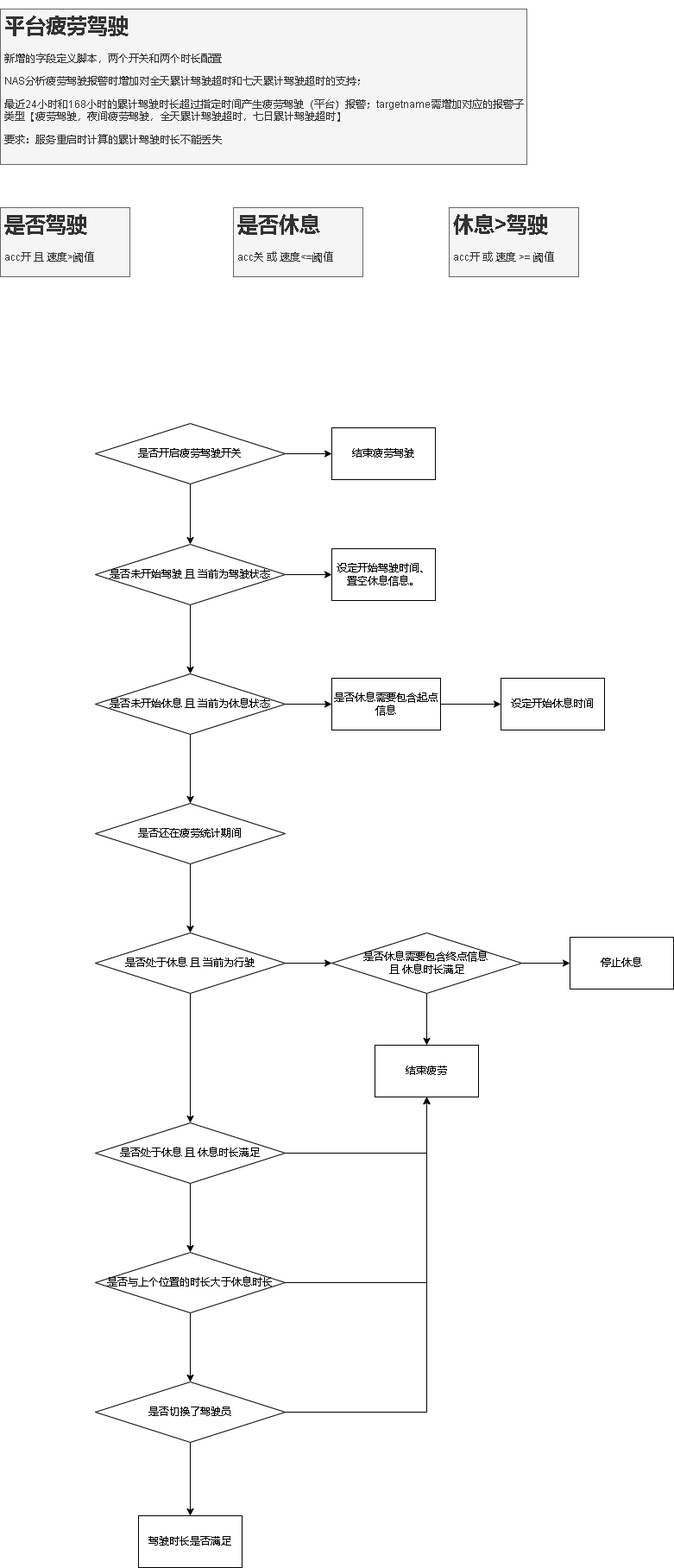
Before: 平台疲劳驾驶.drawio.png, a diagram exported from draw.io (xktder/draw). Source tidied: cells renumbered, new cells last; positions are measured from the earlier drawing's top-left corner, leaving out a move shared by most shapes. Its diagram source:
```xml
<mxGraphModel>
  <root>
    <mxCell id="0" />
    <mxCell id="1" parent="0" />
    <mxCell id="2" value="&lt;h1&gt;平台疲劳驾驶&lt;/h1&gt;&lt;p&gt;新增的字段定义脚本，两个开关和两个时长配置&lt;/p&gt;&lt;p&gt;NAS分析疲劳驾驶报警时增加对全天累计驾驶超时和七天累计驾驶超时的支持；&lt;/p&gt;&lt;p&gt;最近24小时和168小时的累计驾驶时长超过指定时间产生疲劳驾驶（平台）报警；targetname需增加对应的报警子类型【疲劳驾驶，夜间疲劳驾驶，全天累计驾驶超时，七日累计驾驶超时】&lt;/p&gt;&lt;p&gt;要求：服务重启时计算的累计驾驶时长不能丢失&lt;/p&gt;" style="text;html=1;strokeColor=#666666;fillColor=#f5f5f5;spacing=5;spacingTop=-20;whiteSpace=wrap;overflow=hidden;rounded=0;fontColor=#333333;" parent="1" vertex="1">
      <mxGeometry width="610" height="180" as="geometry" />
    </mxCell>
    <mxCell id="3" value="&lt;h1&gt;是否驾驶&lt;/h1&gt;&lt;div&gt;acc开 且 速度&amp;gt;阈值&lt;/div&gt;" style="text;html=1;spacing=5;spacingTop=-20;whiteSpace=wrap;overflow=hidden;rounded=0;fillColor=#f5f5f5;fontColor=#333333;strokeColor=#666666;" parent="1" vertex="1">
      <mxGeometry y="230" width="150" height="80" as="geometry" />
    </mxCell>
    <mxCell id="4" value="&lt;h1&gt;是否休息&lt;/h1&gt;&lt;div&gt;acc关 或 速度&amp;lt;=阈值&lt;/div&gt;" style="text;html=1;spacing=5;spacingTop=-20;whiteSpace=wrap;overflow=hidden;rounded=0;fillColor=#f5f5f5;fontColor=#333333;strokeColor=#666666;" parent="1" vertex="1">
      <mxGeometry x="270" y="230" width="150" height="80" as="geometry" />
    </mxCell>
    <mxCell id="5" value="&lt;h1&gt;休息&amp;gt;驾驶&lt;/h1&gt;&lt;div&gt;acc开 或 速度 &amp;gt;= 阈值&lt;/div&gt;" style="text;html=1;spacing=5;spacingTop=-20;whiteSpace=wrap;overflow=hidden;rounded=0;fillColor=#f5f5f5;fontColor=#333333;strokeColor=#666666;" parent="1" vertex="1">
      <mxGeometry x="520" y="230" width="150" height="80" as="geometry" />
    </mxCell>
    <mxCell id="6" style="edgeStyle=orthogonalEdgeStyle;rounded=0;jettySize=auto;html=1;" parent="1" edge="1" source="8" target="9">
      <mxGeometry relative="1" as="geometry" />
    </mxCell>
    <mxCell id="7" style="edgeStyle=orthogonalEdgeStyle;rounded=0;jettySize=auto;html=1;" parent="1" edge="1" source="8" target="12">
      <mxGeometry relative="1" as="geometry" />
    </mxCell>
    <mxCell id="8" value="是否开启疲劳驾驶开关" style="rhombus;whiteSpace=wrap;html=1;" parent="1" vertex="1">
      <mxGeometry x="110" y="480" width="220" height="70" as="geometry" />
    </mxCell>
    <mxCell id="9" value="结束疲劳驾驶" style="whiteSpace=wrap;html=1;" parent="1" vertex="1">
      <mxGeometry x="384" y="485" width="120" height="60" as="geometry" />
    </mxCell>
    <mxCell id="10" style="edgeStyle=orthogonalEdgeStyle;rounded=0;jettySize=auto;html=1;" parent="1" edge="1" source="12" target="13">
      <mxGeometry relative="1" as="geometry" />
    </mxCell>
    <mxCell id="11" style="edgeStyle=orthogonalEdgeStyle;rounded=0;jettySize=auto;html=1;" parent="1" edge="1" source="12" target="16">
      <mxGeometry relative="1" as="geometry" />
    </mxCell>
    <mxCell id="12" value="是否未开始驾驶 且 当前为驾驶状态" style="rhombus;whiteSpace=wrap;html=1;" parent="1" vertex="1">
      <mxGeometry x="110" y="620" width="220" height="70" as="geometry" />
    </mxCell>
    <mxCell id="13" value="设定开始驾驶时间、&lt;br&gt;置空休息信息。" style="whiteSpace=wrap;html=1;" parent="1" vertex="1">
      <mxGeometry x="384" y="625" width="120" height="60" as="geometry" />
    </mxCell>
    <mxCell id="14" style="edgeStyle=orthogonalEdgeStyle;rounded=0;jettySize=auto;html=1;entryX=0;entryY=0.5;entryDx=0;entryDy=0;" parent="1" edge="1" source="16" target="18">
      <mxGeometry relative="1" as="geometry" />
    </mxCell>
    <mxCell id="15" style="edgeStyle=orthogonalEdgeStyle;rounded=0;jettySize=auto;html=1;" parent="1" edge="1" source="16" target="21">
      <mxGeometry relative="1" as="geometry" />
    </mxCell>
    <mxCell id="16" value="是否未开始休息 且 当前为休息状态" style="rhombus;whiteSpace=wrap;html=1;" parent="1" vertex="1">
      <mxGeometry x="110" y="770" width="220" height="70" as="geometry" />
    </mxCell>
    <mxCell id="17" style="edgeStyle=orthogonalEdgeStyle;rounded=0;jettySize=auto;html=1;" parent="1" edge="1" source="18" target="19">
      <mxGeometry relative="1" as="geometry" />
    </mxCell>
    <mxCell id="18" value="是否休息需要包含起点信息" style="rounded=0;whiteSpace=wrap;html=1;fontFamily=Helvetica;fontSize=12;fontColor=default;align=center;strokeColor=default;fillColor=default;" parent="1" vertex="1">
      <mxGeometry x="384" y="775" width="126" height="60" as="geometry" />
    </mxCell>
    <mxCell id="19" value="设定开始休息时间" style="whiteSpace=wrap;html=1;" parent="1" vertex="1">
      <mxGeometry x="580" y="775" width="120" height="60" as="geometry" />
    </mxCell>
    <mxCell id="20" style="edgeStyle=orthogonalEdgeStyle;rounded=0;jettySize=auto;html=1;" parent="1" edge="1" source="21" target="24">
      <mxGeometry relative="1" as="geometry" />
    </mxCell>
    <mxCell id="21" value="是否还在疲劳统计期间" style="rhombus;whiteSpace=wrap;html=1;" parent="1" vertex="1">
      <mxGeometry x="110" y="920" width="220" height="70" as="geometry" />
    </mxCell>
    <mxCell id="22" style="edgeStyle=orthogonalEdgeStyle;rounded=0;jettySize=auto;html=1;" parent="1" edge="1" source="24" target="27">
      <mxGeometry relative="1" as="geometry" />
    </mxCell>
    <mxCell id="23" style="edgeStyle=orthogonalEdgeStyle;rounded=0;jettySize=auto;html=1;" parent="1" edge="1" source="24" target="32">
      <mxGeometry relative="1" as="geometry" />
    </mxCell>
    <mxCell id="24" value="是否处于休息 且 当前为行驶" style="rhombus;whiteSpace=wrap;html=1;" parent="1" vertex="1">
      <mxGeometry x="110" y="1070" width="220" height="70" as="geometry" />
    </mxCell>
    <mxCell id="25" style="edgeStyle=orthogonalEdgeStyle;rounded=0;jettySize=auto;html=1;entryX=0.5;entryY=0;entryDx=0;entryDy=0;" parent="1" edge="1" source="27" target="28">
      <mxGeometry relative="1" as="geometry" />
    </mxCell>
    <mxCell id="26" style="edgeStyle=orthogonalEdgeStyle;rounded=0;jettySize=auto;html=1;entryX=0;entryY=0.5;entryDx=0;entryDy=0;" parent="1" edge="1" source="27" target="29">
      <mxGeometry relative="1" as="geometry" />
    </mxCell>
    <mxCell id="27" value="是否休息需要包含终点信息 &lt;br&gt;且 休息时长满足" style="rhombus;whiteSpace=wrap;html=1;" parent="1" vertex="1">
      <mxGeometry x="384" y="1070" width="220" height="70" as="geometry" />
    </mxCell>
    <mxCell id="28" value="结束疲劳" style="whiteSpace=wrap;html=1;" parent="1" vertex="1">
      <mxGeometry x="434" y="1200" width="120" height="60" as="geometry" />
    </mxCell>
    <mxCell id="29" value="停止休息" style="whiteSpace=wrap;html=1;" parent="1" vertex="1">
      <mxGeometry x="660" y="1075" width="120" height="60" as="geometry" />
    </mxCell>
    <mxCell id="30" style="edgeStyle=orthogonalEdgeStyle;rounded=0;jettySize=auto;html=1;entryX=0.5;entryY=1;entryDx=0;entryDy=0;" parent="1" edge="1" source="32" target="28">
      <mxGeometry relative="1" as="geometry" />
    </mxCell>
    <mxCell id="31" style="edgeStyle=orthogonalEdgeStyle;rounded=0;jettySize=auto;html=1;" parent="1" edge="1" source="32" target="35">
      <mxGeometry relative="1" as="geometry" />
    </mxCell>
    <mxCell id="32" value="是否处于休息 且 休息时长满足" style="rhombus;whiteSpace=wrap;html=1;" parent="1" vertex="1">
      <mxGeometry x="110" y="1290" width="220" height="70" as="geometry" />
    </mxCell>
    <mxCell id="33" style="edgeStyle=orthogonalEdgeStyle;rounded=0;jettySize=auto;html=1;entryX=0.5;entryY=1;entryDx=0;entryDy=0;" parent="1" edge="1" source="35" target="28">
      <mxGeometry relative="1" as="geometry" />
    </mxCell>
    <mxCell id="34" style="edgeStyle=orthogonalEdgeStyle;rounded=0;jettySize=auto;html=1;" parent="1" edge="1" source="35" target="38">
      <mxGeometry relative="1" as="geometry" />
    </mxCell>
    <mxCell id="35" value="是否与上个位置的时长大于休息时长" style="rhombus;whiteSpace=wrap;html=1;" parent="1" vertex="1">
      <mxGeometry x="110" y="1440" width="220" height="70" as="geometry" />
    </mxCell>
    <mxCell id="36" style="edgeStyle=orthogonalEdgeStyle;rounded=0;jettySize=auto;html=1;entryX=0.5;entryY=1;entryDx=0;entryDy=0;" parent="1" edge="1" source="38" target="28">
      <mxGeometry relative="1" as="geometry" />
    </mxCell>
    <mxCell id="37" style="edgeStyle=orthogonalEdgeStyle;rounded=0;jettySize=auto;html=1;" parent="1" edge="1" source="38" target="39">
      <mxGeometry relative="1" as="geometry" />
    </mxCell>
    <mxCell id="38" value="是否切换了驾驶员" style="rhombus;whiteSpace=wrap;html=1;" parent="1" vertex="1">
      <mxGeometry x="110" y="1590" width="220" height="70" as="geometry" />
    </mxCell>
    <mxCell id="39" value="驾驶时长是否满足" style="whiteSpace=wrap;html=1;" parent="1" vertex="1">
      <mxGeometry x="160" y="1745" width="120" height="60" as="geometry" />
    </mxCell>
  </root>
</mxGraphModel>
```
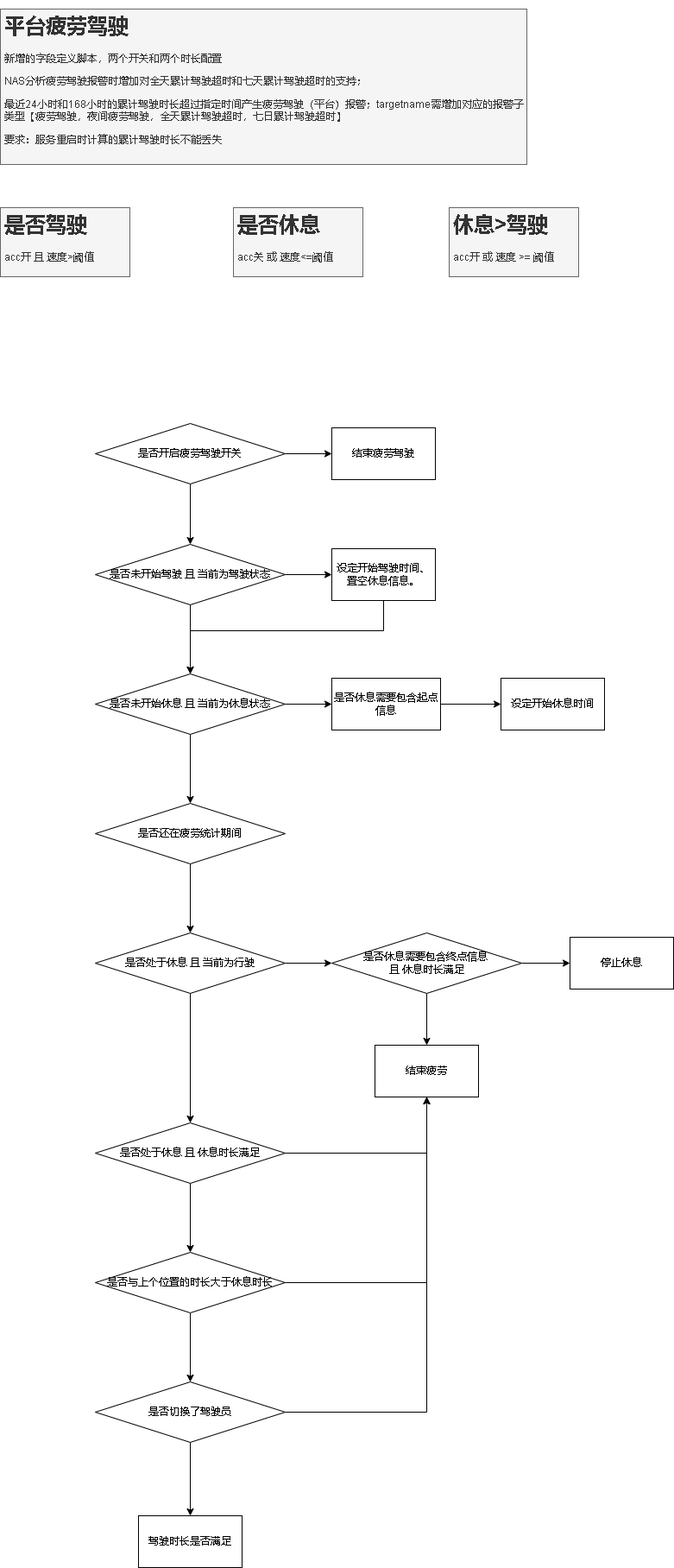
The same file after the commit.

Commit message:
更新平台疲劳驾驶.drawio.png

The edit, as a diff of the source:
```diff
@@ -35,6 +35,14 @@
     <mxCell id="12" value="是否未开始驾驶 且 当前为驾驶状态" style="rhombus;whiteSpace=wrap;html=1;" parent="1" vertex="1">
       <mxGeometry x="110" y="620" width="220" height="70" as="geometry" />
     </mxCell>
+    <mxCell id="40" style="edgeStyle=orthogonalEdgeStyle;rounded=0;jettySize=auto;html=1;entryX=0.5;entryY=0;entryDx=0;entryDy=0;" parent="1" edge="1" source="13" target="16">
+      <mxGeometry relative="1" as="geometry">
+        <Array as="points">
+          <mxPoint x="444" y="720" />
+          <mxPoint x="220" y="720" />
+        </Array>
+      </mxGeometry>
+    </mxCell>
     <mxCell id="13" value="设定开始驾驶时间、&lt;br&gt;置空休息信息。" style="whiteSpace=wrap;html=1;" parent="1" vertex="1">
       <mxGeometry x="384" y="625" width="120" height="60" as="geometry" />
     </mxCell>
```
